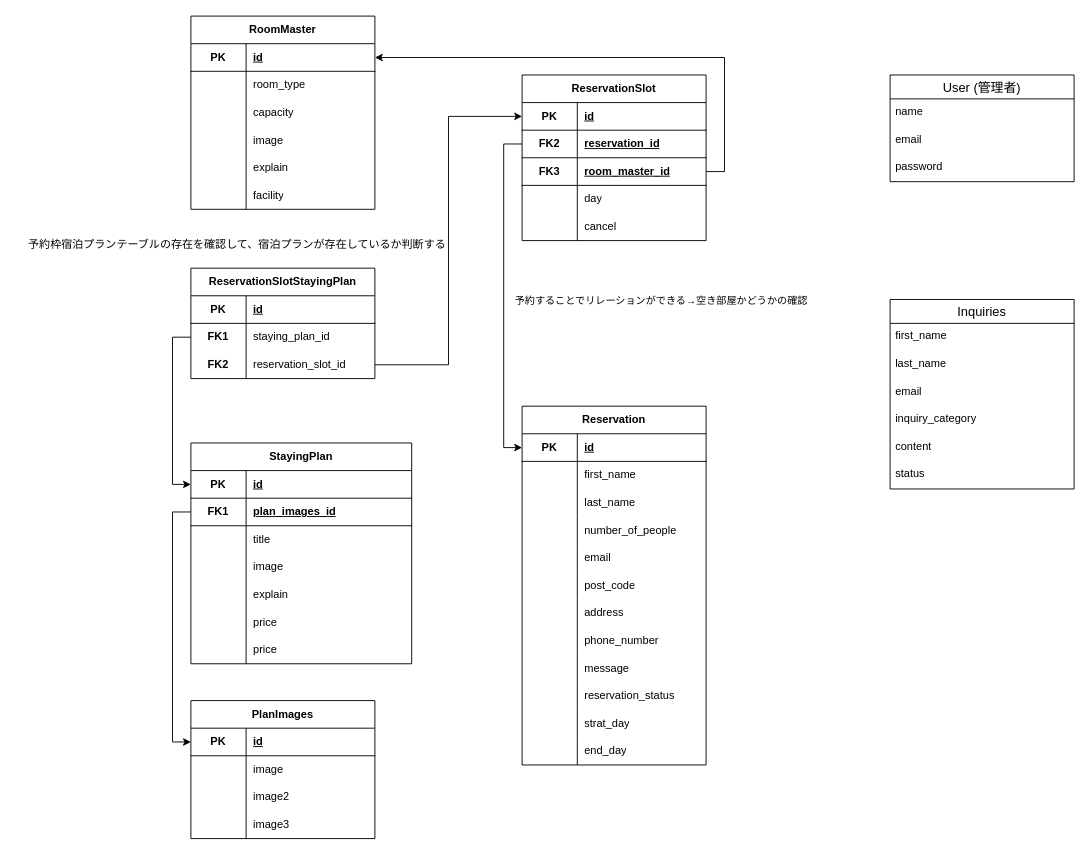
Earlier version of the draw.io diagram ER図.drawio (your-school/reserve). Source tidied: cells renumbered, new cells numbered last; positions are measured from the earlier drawing's top-left corner, leaving out a move shared by most shapes. Both pictures are drawn from the tidied source at 92%, with x=0, y=0 at pixel (16, 16).
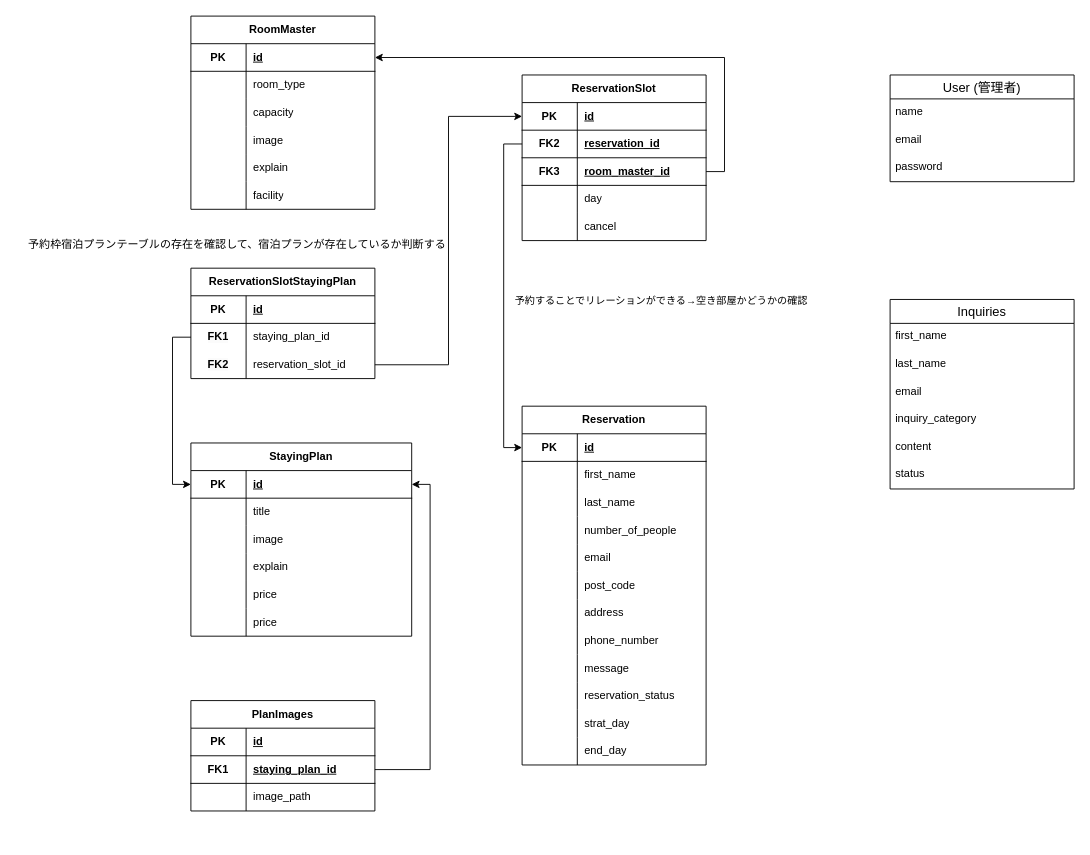
The same diagram, later.

Commit message:
ER図.drawio を更新します

Unchanged cells that the change refers to:
```xml
<mxCell id="40" style="shape=tableRow;horizontal=0;startSize=0;swimlaneHead=0;swimlaneBody=0;fillColor=none;points=[[0,0.5],[1,0.5]];portConstraint=eastwest;top=0;left=0;right=0;bottom=1;html=1;" parent="39" vertex="1">
  <mxGeometry y="30" width="240" height="30" as="geometry" />
</mxCell>
```

The edit, as a diff of the source:
```diff
@@
     <mxCell id="39" value="StayingPlan" style="shape=table;startSize=30;childLayout=tableLayout;rowLines=0;fontStyle=1;align=center;html=1;whiteSpace=wrap;" parent="1" vertex="1">
-      <mxGeometry x="190" y="464" width="240" height="240" as="geometry" />
+      <mxGeometry x="190" y="464" width="240" height="210" as="geometry" />
     </mxCell>
@@
-    <mxCell id="43" style="shape=tableRow;horizontal=0;startSize=0;swimlaneHead=0;swimlaneBody=0;fillColor=none;points=[[0,0.5],[1,0.5]];portConstraint=eastwest;top=0;left=0;right=0;bottom=1;html=1;" parent="39" vertex="1">
-      <mxGeometry y="60" width="240" height="30" as="geometry" />
-    </mxCell>
-    <mxCell id="44" value="FK1" style="shape=partialRectangle;fillColor=none;top=0;left=0;bottom=0;right=0;fontStyle=1;overflow=hidden;html=1;whiteSpace=wrap;" parent="43" vertex="1">
-      <mxGeometry width="60" height="30" as="geometry" />
-    </mxCell>
-    <mxCell id="45" value="plan_images_id" style="shape=partialRectangle;fillColor=none;top=0;left=0;bottom=0;right=0;align=left;spacingLeft=6;fontStyle=5;overflow=hidden;html=1;whiteSpace=wrap;" parent="43" vertex="1">
-      <mxGeometry x="60" width="180" height="30" as="geometry" />
-    </mxCell>
     <mxCell id="46" style="shape=tableRow;horizontal=0;startSize=0;swimlaneHead=0;swimlaneBody=0;fillColor=none;top=0;left=0;right=0;bottom=0;html=1;" parent="39" vertex="1">
-      <mxGeometry y="90" width="240" height="30" as="geometry" />
+      <mxGeometry y="60" width="240" height="30" as="geometry" />
     </mxCell>
@@
     <mxCell id="49" style="shape=tableRow;horizontal=0;startSize=0;swimlaneHead=0;swimlaneBody=0;fillColor=none;top=0;left=0;right=0;bottom=0;html=1;" parent="39" vertex="1">
-      <mxGeometry y="120" width="240" height="30" as="geometry" />
+      <mxGeometry y="90" width="240" height="30" as="geometry" />
     </mxCell>
@@
     <mxCell id="52" style="shape=tableRow;horizontal=0;startSize=0;swimlaneHead=0;swimlaneBody=0;fillColor=none;top=0;left=0;right=0;bottom=0;html=1;" parent="39" vertex="1">
-      <mxGeometry y="150" width="240" height="30" as="geometry" />
+      <mxGeometry y="120" width="240" height="30" as="geometry" />
     </mxCell>
@@
     <mxCell id="55" style="shape=tableRow;horizontal=0;startSize=0;swimlaneHead=0;swimlaneBody=0;fillColor=none;top=0;left=0;right=0;bottom=0;html=1;" parent="39" vertex="1">
-      <mxGeometry y="180" width="240" height="30" as="geometry" />
+      <mxGeometry y="150" width="240" height="30" as="geometry" />
     </mxCell>
@@
     <mxCell id="58" style="shape=tableRow;horizontal=0;startSize=0;swimlaneHead=0;swimlaneBody=0;fillColor=none;top=0;left=0;right=0;bottom=0;html=1;" parent="39" vertex="1">
-      <mxGeometry y="210" width="240" height="30" as="geometry" />
+      <mxGeometry y="180" width="240" height="30" as="geometry" />
     </mxCell>
@@
     <mxCell id="119" value="PlanImages" style="shape=table;startSize=30;childLayout=tableLayout;rowLines=0;fontStyle=1;align=center;html=1;whiteSpace=wrap;" parent="1" vertex="1">
-      <mxGeometry x="190" y="744" width="200" height="150" as="geometry" />
+      <mxGeometry x="190" y="744" width="200" height="120" as="geometry" />
     </mxCell>
+    <mxCell id="137" style="shape=tableRow;horizontal=0;startSize=0;swimlaneHead=0;swimlaneBody=0;fillColor=none;top=0;left=0;right=0;bottom=1;html=1;" parent="119" vertex="1">
+      <mxGeometry y="30" width="200" height="30" as="geometry" />
+    </mxCell>
+    <mxCell id="138" value="PK" style="shape=partialRectangle;fillColor=none;top=0;left=0;bottom=0;right=0;fontStyle=1;overflow=hidden;html=1;whiteSpace=wrap;" parent="137" vertex="1">
+      <mxGeometry width="60" height="30" as="geometry" />
+    </mxCell>
+    <mxCell id="139" value="id" style="shape=partialRectangle;fillColor=none;top=0;left=0;bottom=0;right=0;align=left;spacingLeft=6;fontStyle=5;overflow=hidden;html=1;whiteSpace=wrap;" parent="137" vertex="1">
+      <mxGeometry x="60" width="140" height="30" as="geometry" />
+    </mxCell>
     <mxCell id="120" style="shape=tableRow;horizontal=0;startSize=0;swimlaneHead=0;swimlaneBody=0;fillColor=none;points=[[0,0.5],[1,0.5]];portConstraint=eastwest;top=0;left=0;right=0;bottom=1;html=1;" parent="119" vertex="1">
-      <mxGeometry y="30" width="200" height="30" as="geometry" />
+      <mxGeometry y="60" width="200" height="30" as="geometry" />
     </mxCell>
-    <mxCell id="121" value="PK" style="shape=partialRectangle;fillColor=none;top=0;left=0;bottom=0;right=0;fontStyle=1;overflow=hidden;html=1;whiteSpace=wrap;" parent="120" vertex="1">
+    <mxCell id="121" value="FK1" style="shape=partialRectangle;fillColor=none;top=0;left=0;bottom=0;right=0;fontStyle=1;overflow=hidden;html=1;whiteSpace=wrap;" parent="120" vertex="1">
       <mxGeometry width="60" height="30" as="geometry" />
     </mxCell>
-    <mxCell id="122" value="id" style="shape=partialRectangle;fillColor=none;top=0;left=0;bottom=0;right=0;align=left;spacingLeft=6;fontStyle=5;overflow=hidden;html=1;whiteSpace=wrap;" parent="120" vertex="1">
+    <mxCell id="122" value="staying_plan_id" style="shape=partialRectangle;fillColor=none;top=0;left=0;bottom=0;right=0;align=left;spacingLeft=6;fontStyle=5;overflow=hidden;html=1;whiteSpace=wrap;" parent="120" vertex="1">
       <mxGeometry x="60" width="140" height="30" as="geometry" />
     </mxCell>
     <mxCell id="123" style="shape=tableRow;horizontal=0;startSize=0;swimlaneHead=0;swimlaneBody=0;fillColor=none;top=0;left=0;right=0;bottom=0;html=1;" parent="119" vertex="1">
-      <mxGeometry y="60" width="200" height="30" as="geometry" />
+      <mxGeometry y="90" width="200" height="30" as="geometry" />
     </mxCell>
@@
-    <mxCell id="125" value="image" style="shape=partialRectangle;fillColor=none;top=0;left=0;bottom=0;right=0;align=left;spacingLeft=6;overflow=hidden;html=1;whiteSpace=wrap;" parent="123" vertex="1">
+    <mxCell id="125" value="image_path" style="shape=partialRectangle;fillColor=none;top=0;left=0;bottom=0;right=0;align=left;spacingLeft=6;overflow=hidden;html=1;whiteSpace=wrap;" parent="123" vertex="1">
       <mxGeometry x="60" width="140" height="30" as="geometry" />
     </mxCell>
-    <mxCell id="126" style="shape=tableRow;horizontal=0;startSize=0;swimlaneHead=0;swimlaneBody=0;fillColor=none;top=0;left=0;right=0;bottom=0;html=1;" parent="119" vertex="1">
-      <mxGeometry y="90" width="200" height="30" as="geometry" />
-    </mxCell>
-    <mxCell id="127" style="shape=partialRectangle;fillColor=none;top=0;left=0;bottom=0;right=0;overflow=hidden;html=1;whiteSpace=wrap;" parent="126" vertex="1">
-      <mxGeometry width="60" height="30" as="geometry" />
-    </mxCell>
-    <mxCell id="128" value="image2" style="shape=partialRectangle;fillColor=none;top=0;left=0;bottom=0;right=0;align=left;spacingLeft=6;overflow=hidden;html=1;whiteSpace=wrap;" parent="126" vertex="1">
-      <mxGeometry x="60" width="140" height="30" as="geometry" />
-    </mxCell>
-    <mxCell id="129" style="shape=tableRow;horizontal=0;startSize=0;swimlaneHead=0;swimlaneBody=0;fillColor=none;top=0;left=0;right=0;bottom=0;html=1;" parent="119" vertex="1">
-      <mxGeometry y="120" width="200" height="30" as="geometry" />
-    </mxCell>
-    <mxCell id="130" style="shape=partialRectangle;fillColor=none;top=0;left=0;bottom=0;right=0;overflow=hidden;html=1;whiteSpace=wrap;" parent="129" vertex="1">
-      <mxGeometry width="60" height="30" as="geometry" />
-    </mxCell>
-    <mxCell id="131" value="image3" style="shape=partialRectangle;fillColor=none;top=0;left=0;bottom=0;right=0;align=left;spacingLeft=6;overflow=hidden;html=1;whiteSpace=wrap;" parent="129" vertex="1">
-      <mxGeometry x="60" width="140" height="30" as="geometry" />
-    </mxCell>
@@
-    <mxCell id="134" style="edgeStyle=orthogonalEdgeStyle;rounded=0;jettySize=auto;html=1;exitX=0;exitY=0.5;exitDx=0;exitDy=0;entryX=0;entryY=0.5;entryDx=0;entryDy=0;" parent="1" edge="1" source="43" target="120">
-      <mxGeometry relative="1" as="geometry" />
-    </mxCell>
@@
+    <mxCell id="140" style="edgeStyle=orthogonalEdgeStyle;rounded=0;jettySize=auto;html=1;exitX=1;exitY=0.5;exitDx=0;exitDy=0;entryX=1;entryY=0.5;entryDx=0;entryDy=0;" parent="1" edge="1" source="120" target="40">
+      <mxGeometry relative="1" as="geometry" />
+    </mxCell>
```
